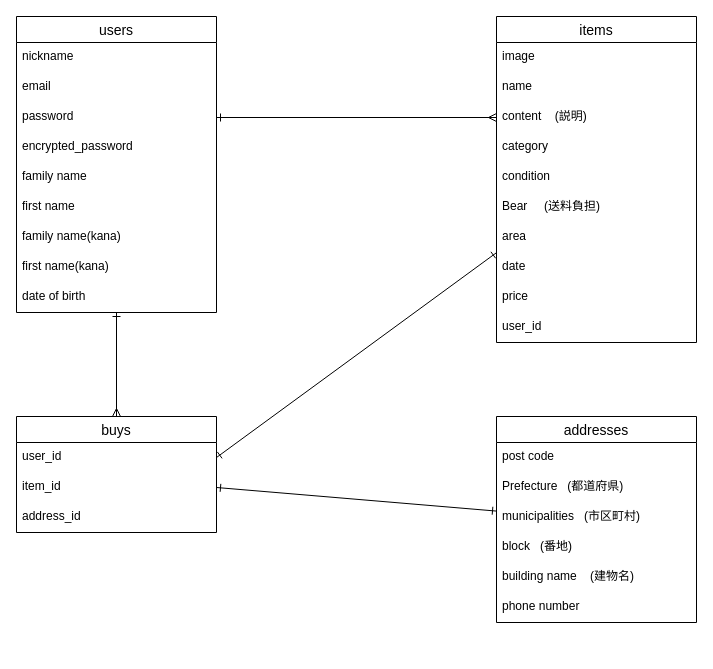
Above: test.dio in mofumofusand/furima-40950 (draw.io), before the change. Source tidied: cells renumbered, new cells numbered last; positions are measured from the earlier drawing's top-left corner, leaving out a move shared by most shapes. Both pictures are drawn from the tidied source at 100%, with x=0, y=0 at pixel (16, 16).
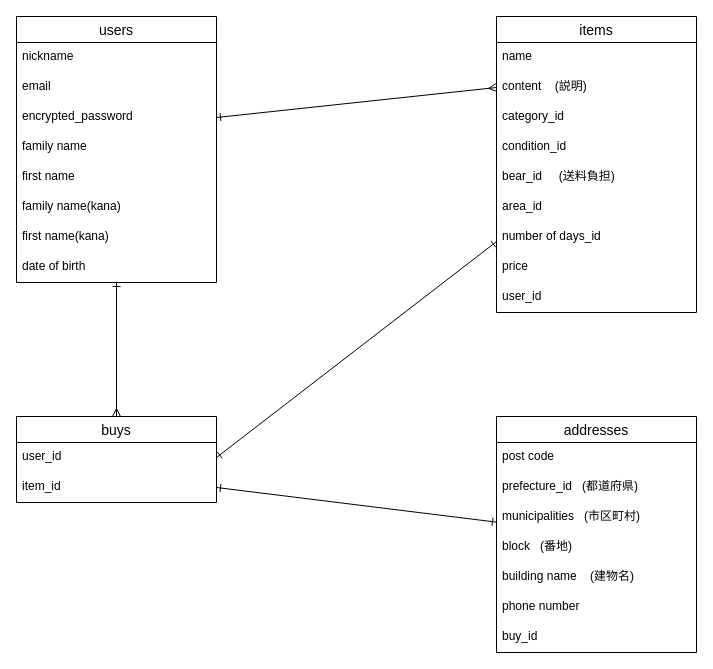
After the change.

Commit message (it also covers changes not shown here):
ER図とREADMEの修正

Diff of the diagram source:
```diff
@@
     <mxCell id="3" value="users" style="swimlane;fontStyle=0;horizontal=1;startSize=26;align=center;fontSize=14;labelBackgroundColor=none;labelBorderColor=none;sketch=0;strokeColor=default;strokeWidth=1;fillColor=none;" parent="1" vertex="1">
-      <mxGeometry width="200" height="296" as="geometry" />
+      <mxGeometry width="200" height="266" as="geometry" />
     </mxCell>
@@
-    <mxCell id="6" value="password" style="text;strokeColor=none;fillColor=none;spacingLeft=4;spacingRight=4;overflow=hidden;points=[[0,0.5],[1,0.5]];portConstraint=eastwest;fontSize=12;labelBackgroundColor=none;labelBorderColor=none;sketch=0;strokeWidth=1;" parent="3" vertex="1">
-      <mxGeometry y="86" width="200" height="30" as="geometry" />
-    </mxCell>
     <mxCell id="7" value="encrypted_password" style="text;strokeColor=none;fillColor=none;spacingLeft=4;spacingRight=4;overflow=hidden;fontSize=12;labelBackgroundColor=none;labelBorderColor=none;sketch=0;strokeWidth=1;" parent="3" vertex="1">
-      <mxGeometry y="116" width="200" height="30" as="geometry" />
+      <mxGeometry y="86" width="200" height="30" as="geometry" />
     </mxCell>
     <mxCell id="8" value="family name" style="text;strokeColor=none;fillColor=none;spacingLeft=4;spacingRight=4;overflow=hidden;fontSize=12;labelBackgroundColor=none;labelBorderColor=none;sketch=0;strokeWidth=1;" parent="3" vertex="1">
-      <mxGeometry y="146" width="200" height="30" as="geometry" />
+      <mxGeometry y="116" width="200" height="30" as="geometry" />
     </mxCell>
     <mxCell id="9" value="first name" style="text;strokeColor=none;fillColor=none;spacingLeft=4;spacingRight=4;overflow=hidden;fontSize=12;labelBackgroundColor=none;labelBorderColor=none;sketch=0;strokeWidth=1;" parent="3" vertex="1">
-      <mxGeometry y="176" width="200" height="30" as="geometry" />
+      <mxGeometry y="146" width="200" height="30" as="geometry" />
     </mxCell>
     <mxCell id="10" value="family name(kana)" style="text;strokeColor=none;fillColor=none;spacingLeft=4;spacingRight=4;overflow=hidden;fontSize=12;labelBackgroundColor=none;labelBorderColor=none;sketch=0;strokeWidth=1;" parent="3" vertex="1">
-      <mxGeometry y="206" width="200" height="30" as="geometry" />
+      <mxGeometry y="176" width="200" height="30" as="geometry" />
     </mxCell>
     <mxCell id="11" value="first name(kana)" style="text;strokeColor=none;fillColor=none;spacingLeft=4;spacingRight=4;overflow=hidden;fontSize=12;labelBackgroundColor=none;labelBorderColor=none;sketch=0;strokeWidth=1;" parent="3" vertex="1">
-      <mxGeometry y="236" width="200" height="30" as="geometry" />
+      <mxGeometry y="206" width="200" height="30" as="geometry" />
     </mxCell>
     <mxCell id="12" value="date of birth" style="text;strokeColor=none;fillColor=none;spacingLeft=4;spacingRight=4;overflow=hidden;fontSize=12;labelBackgroundColor=none;labelBorderColor=none;sketch=0;strokeWidth=1;" parent="3" vertex="1">
-      <mxGeometry y="266" width="200" height="30" as="geometry" />
+      <mxGeometry y="236" width="200" height="30" as="geometry" />
     </mxCell>
@@
     <mxCell id="14" value="items" style="swimlane;fontStyle=0;horizontal=1;startSize=26;align=center;fontSize=14;labelBackgroundColor=none;labelBorderColor=none;sketch=0;strokeColor=default;strokeWidth=1;fillColor=none;" parent="1" vertex="1">
-      <mxGeometry x="480" width="200" height="326" as="geometry" />
+      <mxGeometry x="480" width="200" height="296" as="geometry" />
     </mxCell>
-    <mxCell id="15" value="image" style="text;strokeColor=none;fillColor=none;spacingLeft=4;spacingRight=4;overflow=hidden;fontSize=12;labelBackgroundColor=none;labelBorderColor=none;sketch=0;strokeWidth=1;" parent="14" vertex="1">
-      <mxGeometry y="26" width="200" height="30" as="geometry" />
-    </mxCell>
     <mxCell id="16" value="name" style="text;strokeColor=none;fillColor=none;spacingLeft=4;spacingRight=4;overflow=hidden;fontSize=12;labelBackgroundColor=none;labelBorderColor=none;sketch=0;strokeWidth=1;" parent="14" vertex="1">
-      <mxGeometry y="56" width="200" height="30" as="geometry" />
+      <mxGeometry y="26" width="200" height="30" as="geometry" />
     </mxCell>
     <mxCell id="17" value="content    (説明)" style="text;strokeColor=none;fillColor=none;spacingLeft=4;spacingRight=4;overflow=hidden;points=[[0,0.5],[1,0.5]];portConstraint=eastwest;fontSize=12;labelBackgroundColor=none;labelBorderColor=none;sketch=0;strokeWidth=1;" parent="14" vertex="1">
-      <mxGeometry y="86" width="200" height="30" as="geometry" />
+      <mxGeometry y="56" width="200" height="30" as="geometry" />
     </mxCell>
-    <mxCell id="18" value="category" style="text;strokeColor=none;fillColor=none;spacingLeft=4;spacingRight=4;overflow=hidden;fontSize=12;labelBackgroundColor=none;labelBorderColor=none;sketch=0;strokeWidth=1;" parent="14" vertex="1">
-      <mxGeometry y="116" width="200" height="30" as="geometry" />
+    <mxCell id="18" value="category_id" style="text;strokeColor=none;fillColor=none;spacingLeft=4;spacingRight=4;overflow=hidden;fontSize=12;labelBackgroundColor=none;labelBorderColor=none;sketch=0;strokeWidth=1;" parent="14" vertex="1">
+      <mxGeometry y="86" width="200" height="30" as="geometry" />
     </mxCell>
-    <mxCell id="19" value="condition" style="text;strokeColor=none;fillColor=none;spacingLeft=4;spacingRight=4;overflow=hidden;fontSize=12;labelBackgroundColor=none;labelBorderColor=none;sketch=0;strokeWidth=1;" parent="14" vertex="1">
-      <mxGeometry y="146" width="200" height="30" as="geometry" />
+    <mxCell id="19" value="condition_id" style="text;strokeColor=none;fillColor=none;spacingLeft=4;spacingRight=4;overflow=hidden;fontSize=12;labelBackgroundColor=none;labelBorderColor=none;sketch=0;strokeWidth=1;" parent="14" vertex="1">
+      <mxGeometry y="116" width="200" height="30" as="geometry" />
     </mxCell>
-    <mxCell id="20" value="Bear     (送料負担)" style="text;strokeColor=none;fillColor=none;spacingLeft=4;spacingRight=4;overflow=hidden;fontSize=12;labelBackgroundColor=none;labelBorderColor=none;sketch=0;strokeWidth=1;" parent="14" vertex="1">
-      <mxGeometry y="176" width="200" height="30" as="geometry" />
+    <mxCell id="20" value="bear_id     (送料負担)" style="text;strokeColor=none;fillColor=none;spacingLeft=4;spacingRight=4;overflow=hidden;fontSize=12;labelBackgroundColor=none;labelBorderColor=none;sketch=0;strokeWidth=1;" parent="14" vertex="1">
+      <mxGeometry y="146" width="200" height="30" as="geometry" />
     </mxCell>
-    <mxCell id="21" value="area" style="text;strokeColor=none;fillColor=none;spacingLeft=4;spacingRight=4;overflow=hidden;fontSize=12;labelBackgroundColor=none;labelBorderColor=none;sketch=0;strokeWidth=1;" parent="14" vertex="1">
-      <mxGeometry y="206" width="200" height="30" as="geometry" />
+    <mxCell id="21" value="area_id" style="text;strokeColor=none;fillColor=none;spacingLeft=4;spacingRight=4;overflow=hidden;fontSize=12;labelBackgroundColor=none;labelBorderColor=none;sketch=0;strokeWidth=1;" parent="14" vertex="1">
+      <mxGeometry y="176" width="200" height="30" as="geometry" />
     </mxCell>
-    <mxCell id="22" value="date" style="text;strokeColor=none;fillColor=none;spacingLeft=4;spacingRight=4;overflow=hidden;fontSize=12;labelBackgroundColor=none;labelBorderColor=none;sketch=0;strokeWidth=1;" parent="14" vertex="1">
-      <mxGeometry y="236" width="200" height="30" as="geometry" />
+    <mxCell id="22" value="number of days_id" style="text;strokeColor=none;fillColor=none;spacingLeft=4;spacingRight=4;overflow=hidden;fontSize=12;labelBackgroundColor=none;labelBorderColor=none;sketch=0;strokeWidth=1;" parent="14" vertex="1">
+      <mxGeometry y="206" width="200" height="30" as="geometry" />
     </mxCell>
     <mxCell id="23" value="price" style="text;strokeColor=none;fillColor=none;spacingLeft=4;spacingRight=4;overflow=hidden;fontSize=12;labelBackgroundColor=none;labelBorderColor=none;sketch=0;strokeWidth=1;" parent="14" vertex="1">
-      <mxGeometry y="266" width="200" height="30" as="geometry" />
+      <mxGeometry y="236" width="200" height="30" as="geometry" />
     </mxCell>
     <mxCell id="24" value="user_id" style="text;strokeColor=none;fillColor=none;spacingLeft=4;spacingRight=4;overflow=hidden;fontSize=12;labelBackgroundColor=none;labelBorderColor=none;sketch=0;strokeWidth=1;" parent="14" vertex="1">
-      <mxGeometry y="296" width="200" height="30" as="geometry" />
+      <mxGeometry y="266" width="200" height="30" as="geometry" />
     </mxCell>
     <mxCell id="25" value="buys" style="swimlane;fontStyle=0;horizontal=1;startSize=26;align=center;fontSize=14;labelBackgroundColor=none;labelBorderColor=none;sketch=0;strokeColor=default;strokeWidth=1;fillColor=none;" parent="1" vertex="1">
-      <mxGeometry y="400" width="200" height="116" as="geometry" />
+      <mxGeometry y="400" width="200" height="86" as="geometry" />
     </mxCell>
@@
-    <mxCell id="28" value="address_id" style="text;strokeColor=none;fillColor=none;spacingLeft=4;spacingRight=4;overflow=hidden;fontSize=12;labelBackgroundColor=none;labelBorderColor=none;sketch=0;strokeWidth=1;" parent="25" vertex="1">
-      <mxGeometry y="86" width="200" height="30" as="geometry" />
-    </mxCell>
@@
     <mxCell id="30" value="addresses" style="swimlane;fontStyle=0;horizontal=1;startSize=26;align=center;fontSize=14;labelBackgroundColor=none;labelBorderColor=none;sketch=0;strokeColor=default;strokeWidth=1;fillColor=none;" parent="1" vertex="1">
-      <mxGeometry x="480" y="400" width="200" height="206" as="geometry" />
+      <mxGeometry x="480" y="400" width="200" height="236" as="geometry" />
     </mxCell>
@@
-    <mxCell id="32" value="Prefecture   (都道府県)" style="text;strokeColor=none;fillColor=none;spacingLeft=4;spacingRight=4;overflow=hidden;fontSize=12;labelBackgroundColor=none;labelBorderColor=none;sketch=0;strokeWidth=1;" parent="30" vertex="1">
+    <mxCell id="32" value="prefecture_id   (都道府県)" style="text;strokeColor=none;fillColor=none;spacingLeft=4;spacingRight=4;overflow=hidden;fontSize=12;labelBackgroundColor=none;labelBorderColor=none;sketch=0;strokeWidth=1;" parent="30" vertex="1">
       <mxGeometry y="56" width="200" height="30" as="geometry" />
     </mxCell>
@@
+    <mxCell id="38" value="buy_id" style="text;strokeColor=none;fillColor=none;spacingLeft=4;spacingRight=4;overflow=hidden;fontSize=12;labelBackgroundColor=none;labelBorderColor=none;sketch=0;strokeWidth=1;" parent="30" vertex="1">
+      <mxGeometry y="206" width="200" height="30" as="geometry" />
+    </mxCell>
-    <mxCell id="37" style="edgeStyle=none;html=1;exitX=1;exitY=0.5;exitDx=0;exitDy=0;entryX=0;entryY=0.5;entryDx=0;entryDy=0;endArrow=ERmany;endFill=0;startArrow=ERone;startFill=0;" parent="1" edge="1" source="6" target="17">
-      <mxGeometry relative="1" as="geometry" />
+    <mxCell id="37" style="edgeStyle=none;html=1;exitX=1;exitY=0.5;exitDx=0;exitDy=0;entryX=0;entryY=0.5;entryDx=0;entryDy=0;endArrow=ERmany;endFill=0;startArrow=ERone;startFill=0;" parent="1" edge="1" target="17">
+      <mxGeometry relative="1" as="geometry">
+        <mxPoint x="200" y="101" as="sourcePoint" />
+      </mxGeometry>
     </mxCell>
```
